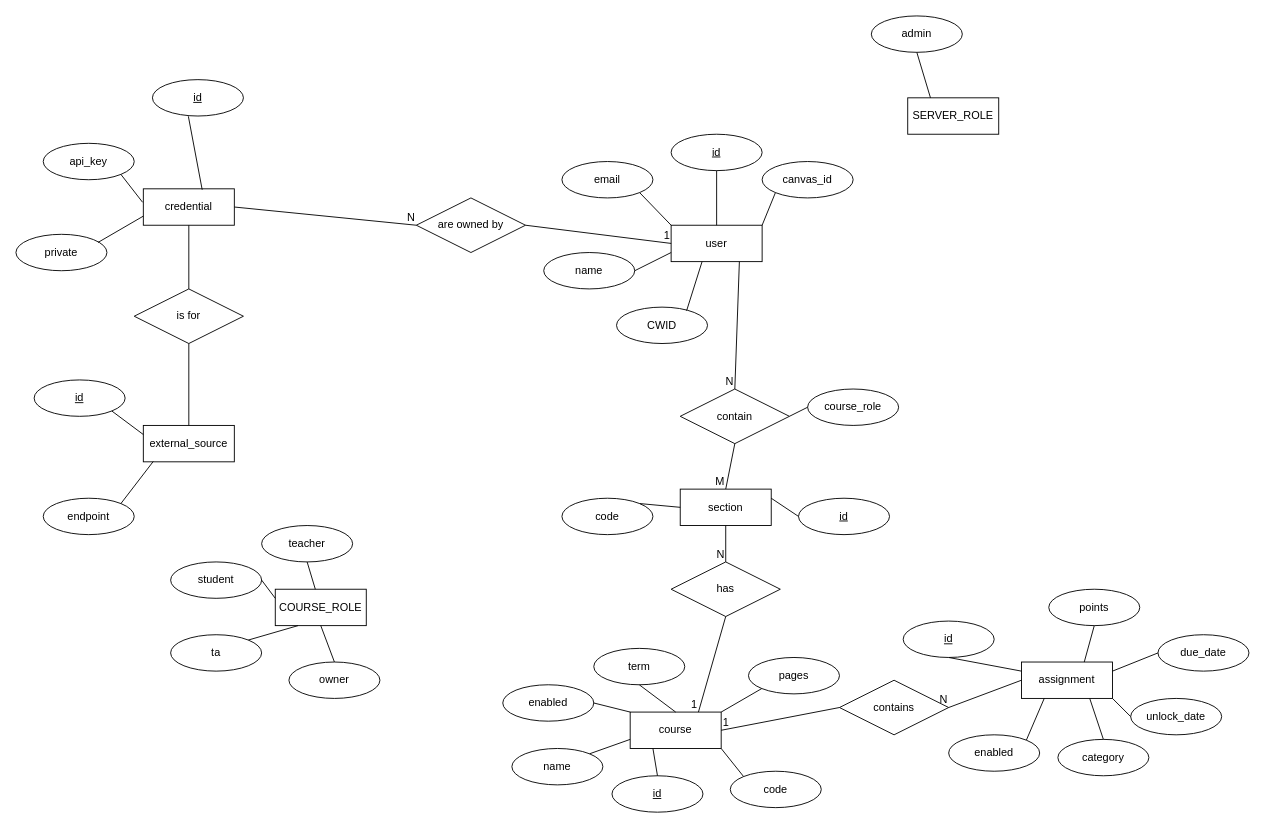
CSCI128/packtrain keeps this draw.io diagram as docs/erd/erd.drawio. Above is the earlier version. Source tidied: cells renumbered, new cells numbered last; positions are measured from the earlier drawing's top-left corner, leaving out a move shared by most shapes. Both pictures are drawn from the tidied source at 91%, with x=0, y=0 at pixel (15, 15).
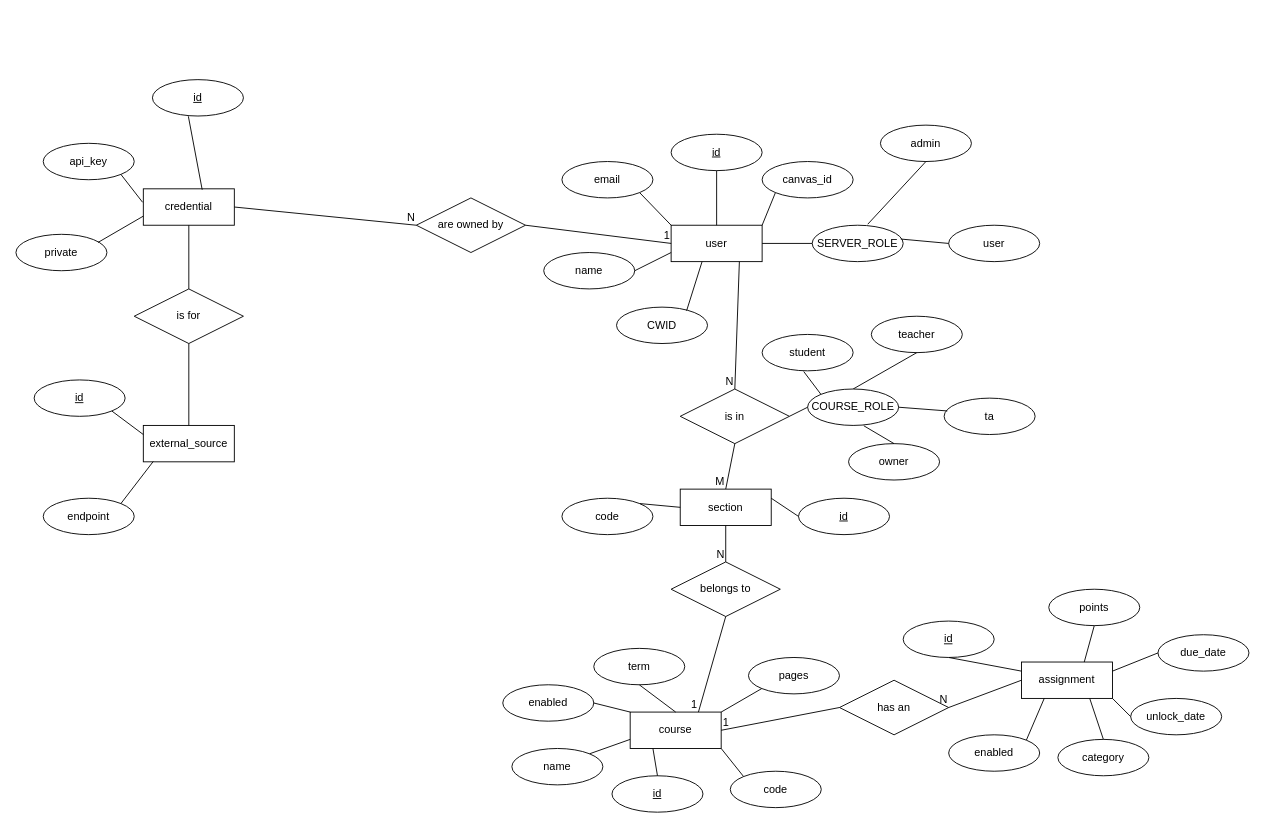
The same page after the edit.

Commit message (it also covers changes not shown here):
Finish up inital admin erd

The change refers to these unchanged cells:
```xml
<mxCell id="2" value="user" style="whiteSpace=wrap;html=1;align=center;" parent="1" vertex="1">
  <mxGeometry x="720" y="230" width="100" height="40" as="geometry" />
</mxCell>
```

Change to the diagram source:
```diff
@@
-    <mxCell id="34" value="SERVER_ROLE" style="whiteSpace=wrap;html=1;align=center;" parent="1" vertex="1">
-      <mxGeometry x="980" y="90" width="100" height="40" as="geometry" />
-    </mxCell>
-    <mxCell id="35" value="COURSE_ROLE" style="whiteSpace=wrap;html=1;align=center;" parent="1" vertex="1">
-      <mxGeometry x="285" y="630" width="100" height="40" as="geometry" />
-    </mxCell>
@@
     <mxCell id="37" value="student" style="ellipse;whiteSpace=wrap;html=1;align=center;" parent="1" vertex="1">
-      <mxGeometry x="170" y="600" width="100" height="40" as="geometry" />
+      <mxGeometry x="820" y="350" width="100" height="40" as="geometry" />
     </mxCell>
     <mxCell id="38" value="teacher" style="ellipse;whiteSpace=wrap;html=1;align=center;" parent="1" vertex="1">
-      <mxGeometry x="270" y="560" width="100" height="40" as="geometry" />
+      <mxGeometry x="940" y="330" width="100" height="40" as="geometry" />
     </mxCell>
     <mxCell id="39" value="ta" style="ellipse;whiteSpace=wrap;html=1;align=center;" parent="1" vertex="1">
-      <mxGeometry x="170" y="680" width="100" height="40" as="geometry" />
+      <mxGeometry x="1020" y="420" width="100" height="40" as="geometry" />
     </mxCell>
     <mxCell id="40" value="owner" style="ellipse;whiteSpace=wrap;html=1;align=center;" parent="1" vertex="1">
-      <mxGeometry x="300" y="710" width="100" height="40" as="geometry" />
+      <mxGeometry x="915" y="470" width="100" height="40" as="geometry" />
     </mxCell>
-    <mxCell id="41" style="endArrow=none;html=1;rounded=0;exitX=0.5;exitY=1;exitDx=0;exitDy=0;" parent="1" edge="1" source="38" target="35">
+    <mxCell id="41" style="endArrow=none;html=1;rounded=0;exitX=0.5;exitY=1;exitDx=0;exitDy=0;entryX=0.5;entryY=0;entryDx=0;entryDy=0;" parent="1" edge="1" source="38" target="82">
       <mxGeometry relative="1" as="geometry" />
     </mxCell>
-    <mxCell id="42" style="endArrow=none;html=1;rounded=0;exitX=1;exitY=0.5;exitDx=0;exitDy=0;entryX=0;entryY=0.25;entryDx=0;entryDy=0;" parent="1" edge="1" source="37" target="35">
+    <mxCell id="42" style="endArrow=none;html=1;rounded=0;exitX=0.457;exitY=1.019;exitDx=0;exitDy=0;entryX=0;entryY=0;entryDx=0;entryDy=0;exitPerimeter=0;" parent="1" edge="1" source="37" target="82">
       <mxGeometry relative="1" as="geometry" />
     </mxCell>
-    <mxCell id="43" style="endArrow=none;html=1;rounded=0;exitX=1;exitY=0;exitDx=0;exitDy=0;entryX=0.25;entryY=1;entryDx=0;entryDy=0;" parent="1" edge="1" source="39" target="35">
+    <mxCell id="43" style="endArrow=none;html=1;rounded=0;exitX=0.035;exitY=0.352;exitDx=0;exitDy=0;entryX=1;entryY=0.5;entryDx=0;entryDy=0;exitPerimeter=0;" parent="1" edge="1" source="39" target="82">
       <mxGeometry relative="1" as="geometry" />
     </mxCell>
-    <mxCell id="44" style="endArrow=none;html=1;rounded=0;exitX=0.5;exitY=1;exitDx=0;exitDy=0;entryX=0.5;entryY=0;entryDx=0;entryDy=0;" parent="1" edge="1" source="35" target="40">
+    <mxCell id="44" style="endArrow=none;html=1;rounded=0;exitX=0.617;exitY=1.009;exitDx=0;exitDy=0;entryX=0.5;entryY=0;entryDx=0;entryDy=0;exitPerimeter=0;" parent="1" edge="1" source="82" target="40">
       <mxGeometry relative="1" as="geometry" />
     </mxCell>
     <mxCell id="45" value="admin" style="ellipse;whiteSpace=wrap;html=1;align=center;" parent="1" vertex="1">
-      <mxGeometry x="940" width="100" height="40" as="geometry" />
+      <mxGeometry x="950" y="120" width="100" height="40" as="geometry" />
     </mxCell>
-    <mxCell id="46" style="endArrow=none;html=1;rounded=0;exitX=0.5;exitY=1;exitDx=0;exitDy=0;entryX=0.25;entryY=0;entryDx=0;entryDy=0;" parent="1" edge="1" source="45" target="34">
+    <mxCell id="46" style="endArrow=none;html=1;rounded=0;exitX=0.5;exitY=1;exitDx=0;exitDy=0;entryX=0.611;entryY=-0.028;entryDx=0;entryDy=0;entryPerimeter=0;" parent="1" edge="1" source="45" target="34">
       <mxGeometry relative="1" as="geometry" />
     </mxCell>
@@
-    <mxCell id="69" value="contains" style="shape=rhombus;perimeter=rhombusPerimeter;whiteSpace=wrap;html=1;align=center;" parent="1" vertex="1">
+    <mxCell id="69" value="has an" style="shape=rhombus;perimeter=rhombusPerimeter;whiteSpace=wrap;html=1;align=center;" parent="1" vertex="1">
       <mxGeometry x="905" y="730" width="120" height="60" as="geometry" />
     </mxCell>
@@
-    <mxCell id="76" value="contain" style="shape=rhombus;perimeter=rhombusPerimeter;whiteSpace=wrap;html=1;align=center;" parent="1" vertex="1">
+    <mxCell id="76" value="is in" style="shape=rhombus;perimeter=rhombusPerimeter;whiteSpace=wrap;html=1;align=center;" parent="1" vertex="1">
       <mxGeometry x="730" y="410" width="120" height="60" as="geometry" />
     </mxCell>
@@
-    <mxCell id="82" value="course_role" style="ellipse;whiteSpace=wrap;html=1;align=center;" parent="1" vertex="1">
+    <mxCell id="82" value="COURSE_ROLE" style="ellipse;whiteSpace=wrap;html=1;align=center;" parent="1" vertex="1">
       <mxGeometry x="870" y="410" width="100" height="40" as="geometry" />
     </mxCell>
@@
-    <mxCell id="84" value="has" style="shape=rhombus;perimeter=rhombusPerimeter;whiteSpace=wrap;html=1;align=center;" parent="1" vertex="1">
+    <mxCell id="84" value="belongs to" style="shape=rhombus;perimeter=rhombusPerimeter;whiteSpace=wrap;html=1;align=center;" parent="1" vertex="1">
       <mxGeometry x="720" y="600" width="120" height="60" as="geometry" />
     </mxCell>
@@
+    <mxCell id="34" value="SERVER_ROLE" style="ellipse;whiteSpace=wrap;html=1;align=center;" parent="1" vertex="1">
+      <mxGeometry x="875" y="230" width="100" height="40" as="geometry" />
+    </mxCell>
+    <mxCell id="93" style="endArrow=none;html=1;rounded=0;exitX=1;exitY=0.5;exitDx=0;exitDy=0;entryX=0;entryY=0.5;entryDx=0;entryDy=0;" parent="1" edge="1" source="2" target="34">
+      <mxGeometry relative="1" as="geometry" />
+    </mxCell>
+    <mxCell id="94" value="user" style="ellipse;whiteSpace=wrap;html=1;align=center;" parent="1" vertex="1">
+      <mxGeometry x="1025" y="230" width="100" height="40" as="geometry" />
+    </mxCell>
+    <mxCell id="95" style="endArrow=none;html=1;rounded=0;exitX=0.974;exitY=0.38;exitDx=0;exitDy=0;exitPerimeter=0;entryX=0;entryY=0.5;entryDx=0;entryDy=0;" parent="1" edge="1" source="34" target="94">
+      <mxGeometry relative="1" as="geometry" />
+    </mxCell>
```
